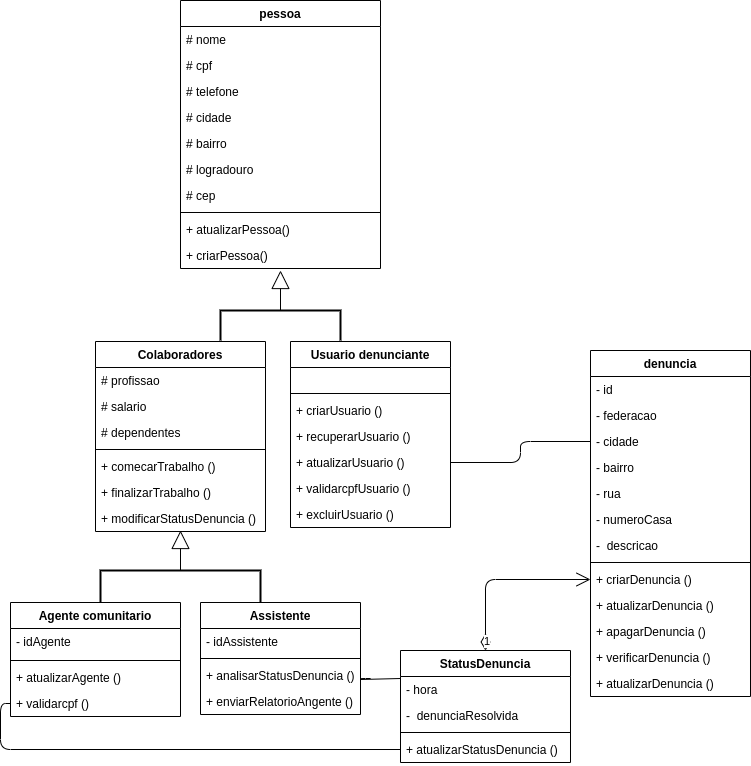
Before: diagram image/DiagramaDeClasses.png, a diagram exported from draw.io (Jefferson-sudo/Producao-textual-individual-3-semestre-Unopar). Source tidied: cells renumbered, new cells last; positions are measured from the earlier drawing's top-left corner, leaving out a move shared by most shapes. Its diagram source:
```xml
<mxGraphModel>
  <root>
    <mxCell id="0" />
    <mxCell id="1" parent="0" />
    <mxCell id="2" value="pessoa" style="swimlane;fontStyle=1;align=center;verticalAlign=top;horizontal=1;startSize=26;" parent="1" vertex="1">
      <mxGeometry x="170" width="200" height="268" as="geometry" />
    </mxCell>
    <mxCell id="3" value="# nome&#10;&#10;" style="text;strokeColor=none;fillColor=none;align=left;verticalAlign=top;spacingLeft=4;spacingRight=4;overflow=hidden;" parent="2" vertex="1">
      <mxGeometry y="26" width="200" height="26" as="geometry" />
    </mxCell>
    <mxCell id="4" value="# cpf" style="text;strokeColor=none;fillColor=none;align=left;verticalAlign=top;spacingLeft=4;spacingRight=4;overflow=hidden;" parent="2" vertex="1">
      <mxGeometry y="52" width="200" height="26" as="geometry" />
    </mxCell>
    <mxCell id="5" value="# telefone" style="text;strokeColor=none;fillColor=none;align=left;verticalAlign=top;spacingLeft=4;spacingRight=4;overflow=hidden;" parent="2" vertex="1">
      <mxGeometry y="78" width="200" height="26" as="geometry" />
    </mxCell>
    <mxCell id="6" value="# cidade&#10;" style="text;strokeColor=none;fillColor=none;align=left;verticalAlign=top;spacingLeft=4;spacingRight=4;overflow=hidden;" parent="2" vertex="1">
      <mxGeometry y="104" width="200" height="26" as="geometry" />
    </mxCell>
    <mxCell id="7" value="# bairro" style="text;strokeColor=none;fillColor=none;align=left;verticalAlign=top;spacingLeft=4;spacingRight=4;overflow=hidden;" parent="2" vertex="1">
      <mxGeometry y="130" width="200" height="26" as="geometry" />
    </mxCell>
    <mxCell id="8" value="# logradouro" style="text;strokeColor=none;fillColor=none;align=left;verticalAlign=top;spacingLeft=4;spacingRight=4;overflow=hidden;" parent="2" vertex="1">
      <mxGeometry y="156" width="200" height="26" as="geometry" />
    </mxCell>
    <mxCell id="9" value="# cep" style="text;strokeColor=none;fillColor=none;align=left;verticalAlign=top;spacingLeft=4;spacingRight=4;overflow=hidden;" parent="2" vertex="1">
      <mxGeometry y="182" width="200" height="26" as="geometry" />
    </mxCell>
    <mxCell id="10" style="line;strokeWidth=1;fillColor=none;align=left;verticalAlign=middle;spacingTop=-1;spacingLeft=3;spacingRight=3;labelPosition=right;" parent="2" vertex="1">
      <mxGeometry y="208" width="200" height="8" as="geometry" />
    </mxCell>
    <mxCell id="11" value="+ atualizarPessoa()" style="text;strokeColor=none;fillColor=none;align=left;verticalAlign=top;spacingLeft=4;spacingRight=4;overflow=hidden;" parent="2" vertex="1">
      <mxGeometry y="216" width="200" height="26" as="geometry" />
    </mxCell>
    <mxCell id="12" value="+ criarPessoa()" style="text;strokeColor=none;fillColor=none;align=left;verticalAlign=top;spacingLeft=4;spacingRight=4;overflow=hidden;" parent="2" vertex="1">
      <mxGeometry y="242" width="200" height="26" as="geometry" />
    </mxCell>
    <mxCell id="13" style="strokeWidth=2;html=1;shape=mxgraph.flowchart.annotation_1;align=left;direction=south;" parent="1" vertex="1">
      <mxGeometry x="210" y="310" width="120" height="30" as="geometry" />
    </mxCell>
    <mxCell id="14" value="Usuario denunciante" style="swimlane;fontStyle=1;align=center;verticalAlign=top;horizontal=1;startSize=26;" parent="1" vertex="1">
      <mxGeometry x="280" y="341" width="160" height="186" as="geometry" />
    </mxCell>
    <mxCell id="15" value="   " style="text;strokeColor=none;fillColor=none;align=left;verticalAlign=top;spacingLeft=4;spacingRight=4;overflow=hidden;" parent="14" vertex="1">
      <mxGeometry y="26" width="160" height="22" as="geometry" />
    </mxCell>
    <mxCell id="16" style="line;strokeWidth=1;fillColor=none;align=left;verticalAlign=middle;spacingTop=-1;spacingLeft=3;spacingRight=3;labelPosition=right;" parent="14" vertex="1">
      <mxGeometry y="48" width="160" height="8" as="geometry" />
    </mxCell>
    <mxCell id="17" value="+ criarUsuario ()" style="text;strokeColor=none;fillColor=none;align=left;verticalAlign=top;spacingLeft=4;spacingRight=4;overflow=hidden;" parent="14" vertex="1">
      <mxGeometry y="56" width="160" height="26" as="geometry" />
    </mxCell>
    <mxCell id="18" value="+ recuperarUsuario ()" style="text;strokeColor=none;fillColor=none;align=left;verticalAlign=top;spacingLeft=4;spacingRight=4;overflow=hidden;" parent="14" vertex="1">
      <mxGeometry y="82" width="160" height="26" as="geometry" />
    </mxCell>
    <mxCell id="19" value="+ atualizarUsuario ()" style="text;strokeColor=none;fillColor=none;align=left;verticalAlign=top;spacingLeft=4;spacingRight=4;overflow=hidden;points=[[0,0.5],[1,0.5]];portConstraint=eastwest;" parent="14" vertex="1">
      <mxGeometry y="108" width="160" height="26" as="geometry" />
    </mxCell>
    <mxCell id="20" value="+ validarcpfUsuario ()" style="text;strokeColor=none;fillColor=none;align=left;verticalAlign=top;spacingLeft=4;spacingRight=4;overflow=hidden;" parent="14" vertex="1">
      <mxGeometry y="134" width="160" height="26" as="geometry" />
    </mxCell>
    <mxCell id="21" value="+ excluirUsuario ()" style="text;strokeColor=none;fillColor=none;align=left;verticalAlign=top;spacingLeft=4;spacingRight=4;overflow=hidden;" parent="14" vertex="1">
      <mxGeometry y="160" width="160" height="26" as="geometry" />
    </mxCell>
    <mxCell id="22" style="endArrow=block;endSize=16;endFill=0;html=1;exitX=0;exitY=0.5;exitDx=0;exitDy=0;exitPerimeter=0;" parent="1" edge="1" source="13">
      <mxGeometry relative="1" as="geometry">
        <mxPoint x="270" y="270" as="targetPoint" />
      </mxGeometry>
    </mxCell>
    <mxCell id="23" value="Agente comunitario" style="swimlane;fontStyle=1;align=center;verticalAlign=top;horizontal=1;startSize=26;" parent="1" vertex="1">
      <mxGeometry y="602" width="170" height="114" as="geometry" />
    </mxCell>
    <mxCell id="24" value="- idAgente" style="text;strokeColor=none;fillColor=none;align=left;verticalAlign=top;spacingLeft=4;spacingRight=4;overflow=hidden;" parent="23" vertex="1">
      <mxGeometry y="26" width="170" height="28" as="geometry" />
    </mxCell>
    <mxCell id="25" style="line;strokeWidth=1;fillColor=none;align=left;verticalAlign=middle;spacingTop=-1;spacingLeft=3;spacingRight=3;labelPosition=right;" parent="23" vertex="1">
      <mxGeometry y="54" width="170" height="8" as="geometry" />
    </mxCell>
    <mxCell id="26" value="+ atualizarAgente ()" style="text;strokeColor=none;fillColor=none;align=left;verticalAlign=top;spacingLeft=4;spacingRight=4;overflow=hidden;" parent="23" vertex="1">
      <mxGeometry y="62" width="170" height="26" as="geometry" />
    </mxCell>
    <mxCell id="27" value="+ validarcpf ()" style="text;strokeColor=none;fillColor=none;align=left;verticalAlign=top;spacingLeft=4;spacingRight=4;overflow=hidden;points=[[0,0.5],[1,0.5]];portConstraint=eastwest;" parent="23" vertex="1">
      <mxGeometry y="88" width="170" height="26" as="geometry" />
    </mxCell>
    <mxCell id="28" value="Assistente" style="swimlane;fontStyle=1;align=center;verticalAlign=top;horizontal=1;startSize=26;" parent="1" vertex="1">
      <mxGeometry x="190" y="602" width="160" height="112" as="geometry" />
    </mxCell>
    <mxCell id="29" value="- idAssistente" style="text;strokeColor=none;fillColor=none;align=left;verticalAlign=top;spacingLeft=4;spacingRight=4;overflow=hidden;" parent="28" vertex="1">
      <mxGeometry y="26" width="160" height="26" as="geometry" />
    </mxCell>
    <mxCell id="30" style="line;strokeWidth=1;fillColor=none;align=left;verticalAlign=middle;spacingTop=-1;spacingLeft=3;spacingRight=3;labelPosition=right;" parent="28" vertex="1">
      <mxGeometry y="52" width="160" height="8" as="geometry" />
    </mxCell>
    <mxCell id="31" value="+ analisarStatusDenuncia ()" style="text;strokeColor=none;fillColor=none;align=left;verticalAlign=top;spacingLeft=4;spacingRight=4;overflow=hidden;" parent="28" vertex="1">
      <mxGeometry y="60" width="160" height="26" as="geometry" />
    </mxCell>
    <mxCell id="32" value="+ enviarRelatorioAngente ()" style="text;strokeColor=none;fillColor=none;align=left;verticalAlign=top;spacingLeft=4;spacingRight=4;overflow=hidden;" parent="28" vertex="1">
      <mxGeometry y="86" width="160" height="26" as="geometry" />
    </mxCell>
    <mxCell id="33" style="strokeWidth=2;html=1;shape=mxgraph.flowchart.annotation_1;align=left;direction=south;" parent="1" vertex="1">
      <mxGeometry x="90" y="570" width="160" height="32" as="geometry" />
    </mxCell>
    <mxCell id="34" style="endArrow=block;endSize=16;endFill=0;html=1;exitX=0;exitY=0.5;exitDx=0;exitDy=0;exitPerimeter=0;entryX=-1.25;entryY=0.5;entryDx=0;entryDy=0;entryPerimeter=0;" parent="1" edge="1" source="33" target="33">
      <mxGeometry relative="1" as="geometry" />
    </mxCell>
    <mxCell id="35" value="denuncia" style="swimlane;fontStyle=1;align=center;verticalAlign=top;horizontal=1;startSize=26;" parent="1" vertex="1">
      <mxGeometry x="580" y="350" width="160" height="346" as="geometry" />
    </mxCell>
    <mxCell id="36" value="- id" style="text;strokeColor=none;fillColor=none;align=left;verticalAlign=top;spacingLeft=4;spacingRight=4;overflow=hidden;" parent="35" vertex="1">
      <mxGeometry y="26" width="160" height="26" as="geometry" />
    </mxCell>
    <mxCell id="37" value="- federacao" style="text;strokeColor=none;fillColor=none;align=left;verticalAlign=top;spacingLeft=4;spacingRight=4;overflow=hidden;" parent="35" vertex="1">
      <mxGeometry y="52" width="160" height="26" as="geometry" />
    </mxCell>
    <mxCell id="38" value="- cidade" style="text;strokeColor=none;fillColor=none;align=left;verticalAlign=top;spacingLeft=4;spacingRight=4;overflow=hidden;points=[[0,0.5],[1,0.5]];portConstraint=eastwest;" parent="35" vertex="1">
      <mxGeometry y="78" width="160" height="26" as="geometry" />
    </mxCell>
    <mxCell id="39" value="- bairro" style="text;strokeColor=none;fillColor=none;align=left;verticalAlign=top;spacingLeft=4;spacingRight=4;overflow=hidden;" parent="35" vertex="1">
      <mxGeometry y="104" width="160" height="26" as="geometry" />
    </mxCell>
    <mxCell id="40" value="- rua" style="text;strokeColor=none;fillColor=none;align=left;verticalAlign=top;spacingLeft=4;spacingRight=4;overflow=hidden;" parent="35" vertex="1">
      <mxGeometry y="130" width="160" height="26" as="geometry" />
    </mxCell>
    <mxCell id="41" value="- numeroCasa" style="text;strokeColor=none;fillColor=none;align=left;verticalAlign=top;spacingLeft=4;spacingRight=4;overflow=hidden;" parent="35" vertex="1">
      <mxGeometry y="156" width="160" height="26" as="geometry" />
    </mxCell>
    <mxCell id="42" value="-  descricao" style="text;strokeColor=none;fillColor=none;align=left;verticalAlign=top;spacingLeft=4;spacingRight=4;overflow=hidden;" parent="35" vertex="1">
      <mxGeometry y="182" width="160" height="26" as="geometry" />
    </mxCell>
    <mxCell id="43" style="line;strokeWidth=1;fillColor=none;align=left;verticalAlign=middle;spacingTop=-1;spacingLeft=3;spacingRight=3;labelPosition=right;" parent="35" vertex="1">
      <mxGeometry y="208" width="160" height="8" as="geometry" />
    </mxCell>
    <mxCell id="44" value="+ criarDenuncia ()" style="text;strokeColor=none;fillColor=none;align=left;verticalAlign=top;spacingLeft=4;spacingRight=4;overflow=hidden;points=[[0,0.5],[1,0.5]];portConstraint=eastwest;" parent="35" vertex="1">
      <mxGeometry y="216" width="160" height="26" as="geometry" />
    </mxCell>
    <mxCell id="45" value="+ atualizarDenuncia ()" style="text;strokeColor=none;fillColor=none;align=left;verticalAlign=top;spacingLeft=4;spacingRight=4;overflow=hidden;" parent="35" vertex="1">
      <mxGeometry y="242" width="160" height="26" as="geometry" />
    </mxCell>
    <mxCell id="46" value="+ apagarDenuncia ()" style="text;strokeColor=none;fillColor=none;align=left;verticalAlign=top;spacingLeft=4;spacingRight=4;overflow=hidden;" parent="35" vertex="1">
      <mxGeometry y="268" width="160" height="26" as="geometry" />
    </mxCell>
    <mxCell id="47" value="+ verificarDenuncia ()" style="text;strokeColor=none;fillColor=none;align=left;verticalAlign=top;spacingLeft=4;spacingRight=4;overflow=hidden;" parent="35" vertex="1">
      <mxGeometry y="294" width="160" height="26" as="geometry" />
    </mxCell>
    <mxCell id="48" value="+ atualizarDenuncia ()" style="text;strokeColor=none;fillColor=none;align=left;verticalAlign=top;spacingLeft=4;spacingRight=4;overflow=hidden;" parent="35" vertex="1">
      <mxGeometry y="320" width="160" height="26" as="geometry" />
    </mxCell>
    <mxCell id="49" value="1" style="endArrow=open;html=1;endSize=12;startArrow=diamondThin;startSize=14;startFill=0;edgeStyle=orthogonalEdgeStyle;align=left;verticalAlign=bottom;entryX=0;entryY=0.5;entryDx=0;entryDy=0;exitX=0.5;exitY=0;exitDx=0;exitDy=0;" parent="1" edge="1" source="61" target="44">
      <mxGeometry x="-1" y="3" relative="1" as="geometry" />
    </mxCell>
    <mxCell id="50" style="endArrow=none;html=1;edgeStyle=orthogonalEdgeStyle;entryX=0;entryY=0.25;entryDx=0;entryDy=0;" parent="1" edge="1" target="61">
      <mxGeometry relative="1" as="geometry">
        <mxPoint x="360" y="678" as="sourcePoint" />
        <Array as="points">
          <mxPoint x="350" y="678" />
          <mxPoint x="350" y="679" />
          <mxPoint x="390" y="679" />
        </Array>
      </mxGeometry>
    </mxCell>
    <mxCell id="51" style="endArrow=none;html=1;edgeStyle=orthogonalEdgeStyle;exitX=0;exitY=0.5;exitDx=0;exitDy=0;entryX=0;entryY=0.5;entryDx=0;entryDy=0;" parent="1" edge="1" source="27" target="65">
      <mxGeometry relative="1" as="geometry" />
    </mxCell>
    <mxCell id="52" style="endArrow=none;html=1;edgeStyle=orthogonalEdgeStyle;entryX=0;entryY=0.5;entryDx=0;entryDy=0;exitX=1;exitY=0.5;exitDx=0;exitDy=0;" parent="1" edge="1" source="19" target="38">
      <mxGeometry relative="1" as="geometry" />
    </mxCell>
    <mxCell id="53" value="Colaboradores" style="swimlane;fontStyle=1;align=center;verticalAlign=top;horizontal=1;startSize=26;" parent="1" vertex="1">
      <mxGeometry x="85" y="341" width="170" height="190" as="geometry" />
    </mxCell>
    <mxCell id="54" value="# profissao" style="text;strokeColor=none;fillColor=none;align=left;verticalAlign=top;spacingLeft=4;spacingRight=4;overflow=hidden;" parent="53" vertex="1">
      <mxGeometry y="26" width="170" height="26" as="geometry" />
    </mxCell>
    <mxCell id="55" value="# salario" style="text;strokeColor=none;fillColor=none;align=left;verticalAlign=top;spacingLeft=4;spacingRight=4;overflow=hidden;" parent="53" vertex="1">
      <mxGeometry y="52" width="170" height="26" as="geometry" />
    </mxCell>
    <mxCell id="56" value="# dependentes" style="text;strokeColor=none;fillColor=none;align=left;verticalAlign=top;spacingLeft=4;spacingRight=4;overflow=hidden;" parent="53" vertex="1">
      <mxGeometry y="78" width="170" height="26" as="geometry" />
    </mxCell>
    <mxCell id="57" style="line;strokeWidth=1;fillColor=none;align=left;verticalAlign=middle;spacingTop=-1;spacingLeft=3;spacingRight=3;labelPosition=right;" parent="53" vertex="1">
      <mxGeometry y="104" width="170" height="8" as="geometry" />
    </mxCell>
    <mxCell id="58" value="+ comecarTrabalho ()" style="text;strokeColor=none;fillColor=none;align=left;verticalAlign=top;spacingLeft=4;spacingRight=4;overflow=hidden;" parent="53" vertex="1">
      <mxGeometry y="112" width="170" height="26" as="geometry" />
    </mxCell>
    <mxCell id="59" value="+ finalizarTrabalho ()" style="text;strokeColor=none;fillColor=none;align=left;verticalAlign=top;spacingLeft=4;spacingRight=4;overflow=hidden;" parent="53" vertex="1">
      <mxGeometry y="138" width="170" height="26" as="geometry" />
    </mxCell>
    <mxCell id="60" value="+ modificarStatusDenuncia ()" style="text;strokeColor=none;fillColor=none;align=left;verticalAlign=top;spacingLeft=4;spacingRight=4;overflow=hidden;" parent="53" vertex="1">
      <mxGeometry y="164" width="170" height="26" as="geometry" />
    </mxCell>
    <mxCell id="61" value="StatusDenuncia" style="swimlane;fontStyle=1;align=center;verticalAlign=top;horizontal=1;startSize=26;" parent="1" vertex="1">
      <mxGeometry x="390" y="650" width="170" height="112" as="geometry" />
    </mxCell>
    <mxCell id="62" value="- hora" style="text;strokeColor=none;fillColor=none;align=left;verticalAlign=top;spacingLeft=4;spacingRight=4;overflow=hidden;" parent="61" vertex="1">
      <mxGeometry y="26" width="170" height="26" as="geometry" />
    </mxCell>
    <mxCell id="63" value="-  denunciaResolvida" style="text;strokeColor=none;fillColor=none;align=left;verticalAlign=top;spacingLeft=4;spacingRight=4;overflow=hidden;" parent="61" vertex="1">
      <mxGeometry y="52" width="170" height="26" as="geometry" />
    </mxCell>
    <mxCell id="64" style="line;strokeWidth=1;fillColor=none;align=left;verticalAlign=middle;spacingTop=-1;spacingLeft=3;spacingRight=3;labelPosition=right;" parent="61" vertex="1">
      <mxGeometry y="78" width="170" height="8" as="geometry" />
    </mxCell>
    <mxCell id="65" value="+ atualizarStatusDenuncia ()" style="text;strokeColor=none;fillColor=none;align=left;verticalAlign=top;spacingLeft=4;spacingRight=4;overflow=hidden;points=[[0,0.5],[1,0.5]];portConstraint=eastwest;" parent="61" vertex="1">
      <mxGeometry y="86" width="170" height="26" as="geometry" />
    </mxCell>
  </root>
</mxGraphModel>
```
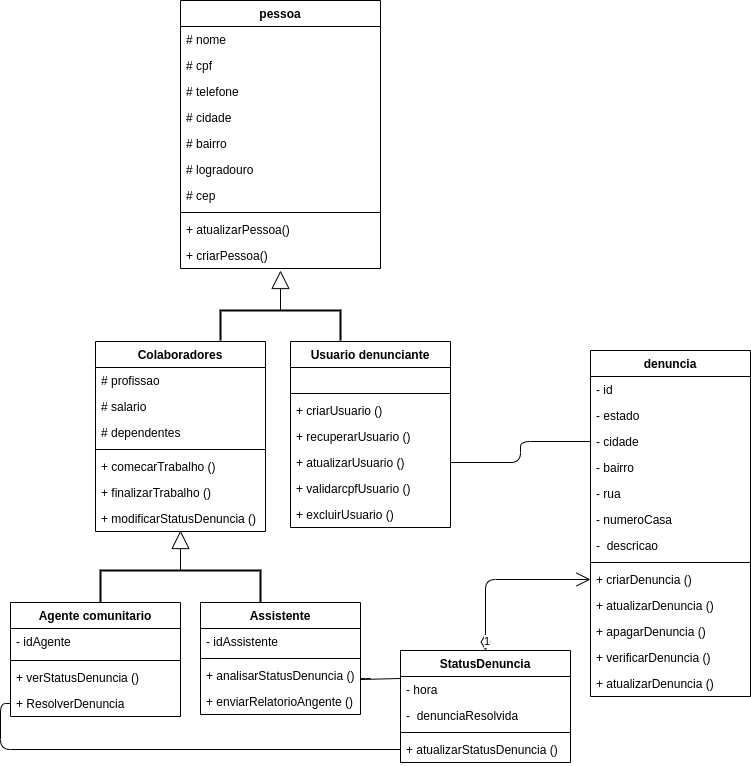
Later version of the same file.

Commit message:
Add diagrama de classes atualizado.png

Diff of the diagram source:
```diff
@@ -76,10 +76,10 @@
     <mxCell id="25" style="line;strokeWidth=1;fillColor=none;align=left;verticalAlign=middle;spacingTop=-1;spacingLeft=3;spacingRight=3;labelPosition=right;" parent="23" vertex="1">
       <mxGeometry y="54" width="170" height="8" as="geometry" />
     </mxCell>
-    <mxCell id="26" value="+ atualizarAgente ()" style="text;strokeColor=none;fillColor=none;align=left;verticalAlign=top;spacingLeft=4;spacingRight=4;overflow=hidden;" parent="23" vertex="1">
+    <mxCell id="26" value="+ verStatusDenuncia ()" style="text;strokeColor=none;fillColor=none;align=left;verticalAlign=top;spacingLeft=4;spacingRight=4;overflow=hidden;" parent="23" vertex="1">
       <mxGeometry y="62" width="170" height="26" as="geometry" />
     </mxCell>
-    <mxCell id="27" value="+ validarcpf ()" style="text;strokeColor=none;fillColor=none;align=left;verticalAlign=top;spacingLeft=4;spacingRight=4;overflow=hidden;points=[[0,0.5],[1,0.5]];portConstraint=eastwest;" parent="23" vertex="1">
+    <mxCell id="27" value="+ ResolverDenuncia" style="text;strokeColor=none;fillColor=none;align=left;verticalAlign=top;spacingLeft=4;spacingRight=4;overflow=hidden;points=[[0,0.5],[1,0.5]];portConstraint=eastwest;" parent="23" vertex="1">
       <mxGeometry y="88" width="170" height="26" as="geometry" />
     </mxCell>
     <mxCell id="28" value="Assistente" style="swimlane;fontStyle=1;align=center;verticalAlign=top;horizontal=1;startSize=26;" parent="1" vertex="1">
@@ -106,12 +106,12 @@
     <mxCell id="35" value="denuncia" style="swimlane;fontStyle=1;align=center;verticalAlign=top;horizontal=1;startSize=26;" parent="1" vertex="1">
       <mxGeometry x="580" y="350" width="160" height="346" as="geometry" />
     </mxCell>
-    <mxCell id="36" value="- id" style="text;strokeColor=none;fillColor=none;align=left;verticalAlign=top;spacingLeft=4;spacingRight=4;overflow=hidden;" parent="35" vertex="1">
-      <mxGeometry y="26" width="160" height="26" as="geometry" />
-    </mxCell>
-    <mxCell id="37" value="- federacao" style="text;strokeColor=none;fillColor=none;align=left;verticalAlign=top;spacingLeft=4;spacingRight=4;overflow=hidden;" parent="35" vertex="1">
-      <mxGeometry y="52" width="160" height="26" as="geometry" />
+    <mxCell id="37" value="- id" style="text;strokeColor=none;fillColor=none;align=left;verticalAlign=top;spacingLeft=4;spacingRight=4;overflow=hidden;" parent="35" vertex="1">
+      <mxGeometry y="26" width="160" height="26" as="geometry" />
     </mxCell>
+    <mxCell id="66" value="- estado" style="text;strokeColor=none;fillColor=none;align=left;verticalAlign=top;spacingLeft=4;spacingRight=4;overflow=hidden;" parent="35" vertex="1">
+      <mxGeometry y="52" width="160" height="26" as="geometry" />
+    </mxCell>
     <mxCell id="38" value="- cidade" style="text;strokeColor=none;fillColor=none;align=left;verticalAlign=top;spacingLeft=4;spacingRight=4;overflow=hidden;points=[[0,0.5],[1,0.5]];portConstraint=eastwest;" parent="35" vertex="1">
       <mxGeometry y="78" width="160" height="26" as="geometry" />
     </mxCell>
```
